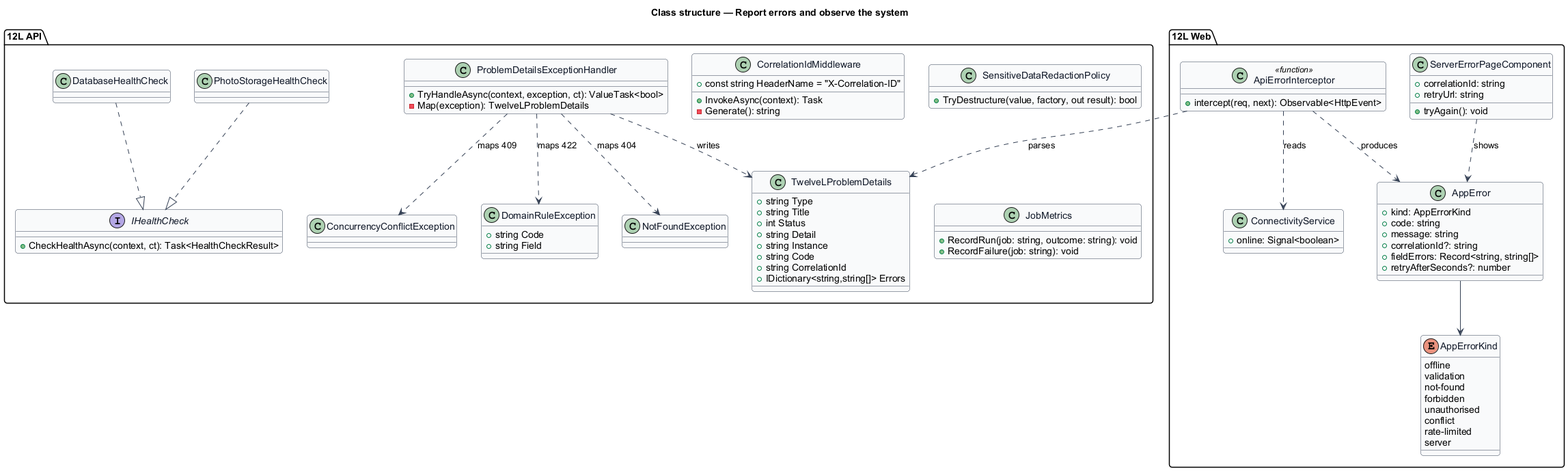
QuinntyneBrown/sycapooke keeps this PlantUML diagram as docs/detailed-designs/platform/report-errors-and-observe/diagrams/class-structure.png. Above is the earlier version. The source it was exported from:
```plantuml
@startuml
skinparam backgroundColor #FFFFFF
skinparam shadowing false
skinparam roundcorner 8
skinparam defaultFontName Arial
skinparam ArrowColor #344054
skinparam class {
  BorderColor #344054
  FontColor #101828
  BackgroundColor #F9FAFB
}
title Class structure — Report errors and observe the system

package "12L Web" {
  enum AppErrorKind {
    offline
    validation
    not-found
    forbidden
    unauthorised
    conflict
    rate-limited
    server
  }
  class AppError {
    +kind: AppErrorKind
    +code: string
    +message: string
    +correlationId?: string
    +fieldErrors: Record<string, string[]>
    +retryAfterSeconds?: number
  }
  class ApiErrorInterceptor <<function>> {
    +intercept(req, next): Observable<HttpEvent>
  }
  class ConnectivityService {
    +online: Signal<boolean>
  }
  class ServerErrorPageComponent {
    +correlationId: string
    +retryUrl: string
    +tryAgain(): void
  }
}
package "12L API" {
  class TwelveLProblemDetails {
    +string Type
    +string Title
    +int Status
    +string Detail
    +string Instance
    +string Code
    +string CorrelationId
    +IDictionary<string,string[]> Errors
  }
  class ProblemDetailsExceptionHandler {
    +TryHandleAsync(context, exception, ct): ValueTask<bool>
    -Map(exception): TwelveLProblemDetails
  }
  class DomainRuleException {
    +string Code
    +string Field
  }
  class NotFoundException
  class ConcurrencyConflictException
  class CorrelationIdMiddleware {
    +const string HeaderName = "X-Correlation-ID"
    +InvokeAsync(context): Task
    -Generate(): string
  }
  class SensitiveDataRedactionPolicy {
    +TryDestructure(value, factory, out result): bool
  }
  class JobMetrics {
    +RecordRun(job: string, outcome: string): void
    +RecordFailure(job: string): void
  }
  class DatabaseHealthCheck
  class PhotoStorageHealthCheck
  interface IHealthCheck {
    +CheckHealthAsync(context, ct): Task<HealthCheckResult>
  }
}
ApiErrorInterceptor ..> AppError : produces
AppError --> AppErrorKind
ApiErrorInterceptor ..> ConnectivityService : reads
ServerErrorPageComponent ..> AppError : shows
ProblemDetailsExceptionHandler ..> TwelveLProblemDetails : writes
ProblemDetailsExceptionHandler ..> DomainRuleException : maps 422
ProblemDetailsExceptionHandler ..> NotFoundException : maps 404
ProblemDetailsExceptionHandler ..> ConcurrencyConflictException : maps 409
DatabaseHealthCheck ..|> IHealthCheck
PhotoStorageHealthCheck ..|> IHealthCheck
ApiErrorInterceptor ..> TwelveLProblemDetails : parses
@enduml
```
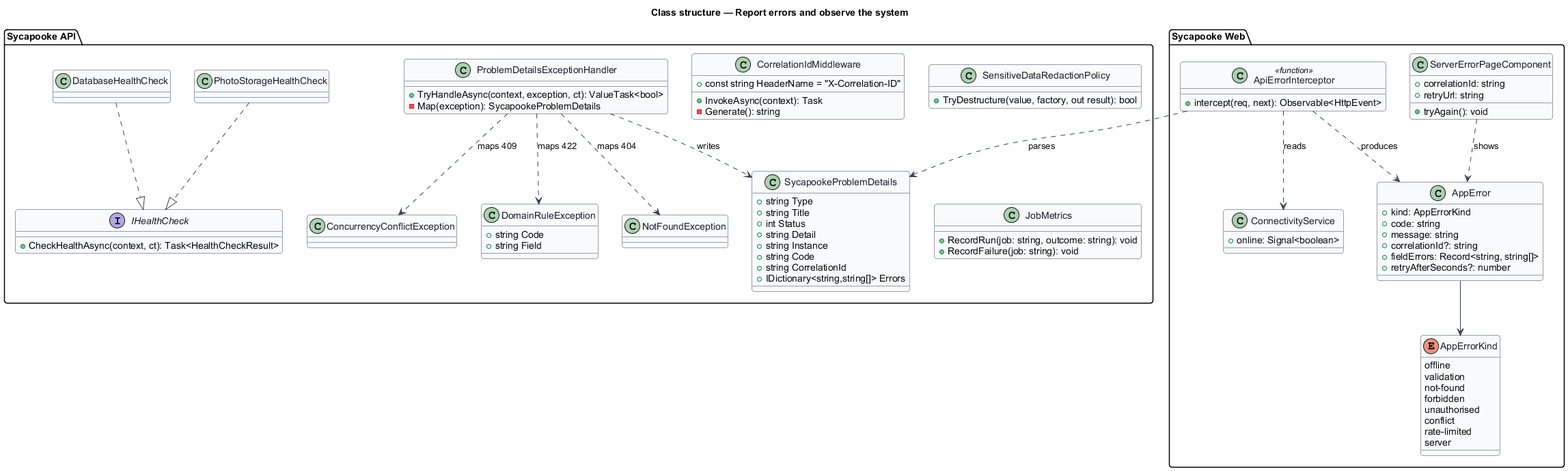
After the commit.

What changed in the source:
```diff
@@ -11,7 +11,7 @@
 }
 title Class structure — Report errors and observe the system
 
-package "12L Web" {
+package "Sycapooke Web" {
   enum AppErrorKind {
     offline
     validation
@@ -42,8 +42,8 @@
     +tryAgain(): void
   }
 }
-package "12L API" {
-  class TwelveLProblemDetails {
+package "Sycapooke API" {
+  class SycapookeProblemDetails {
     +string Type
     +string Title
     +int Status
@@ -55,7 +55,7 @@
   }
   class ProblemDetailsExceptionHandler {
     +TryHandleAsync(context, exception, ct): ValueTask<bool>
-    -Map(exception): TwelveLProblemDetails
+    -Map(exception): SycapookeProblemDetails
   }
   class DomainRuleException {
     +string Code
@@ -85,11 +85,11 @@
 AppError --> AppErrorKind
 ApiErrorInterceptor ..> ConnectivityService : reads
 ServerErrorPageComponent ..> AppError : shows
-ProblemDetailsExceptionHandler ..> TwelveLProblemDetails : writes
+ProblemDetailsExceptionHandler ..> SycapookeProblemDetails : writes
 ProblemDetailsExceptionHandler ..> DomainRuleException : maps 422
 ProblemDetailsExceptionHandler ..> NotFoundException : maps 404
 ProblemDetailsExceptionHandler ..> ConcurrencyConflictException : maps 409
 DatabaseHealthCheck ..|> IHealthCheck
 PhotoStorageHealthCheck ..|> IHealthCheck
-ApiErrorInterceptor ..> TwelveLProblemDetails : parses
+ApiErrorInterceptor ..> SycapookeProblemDetails : parses
 @enduml
```
